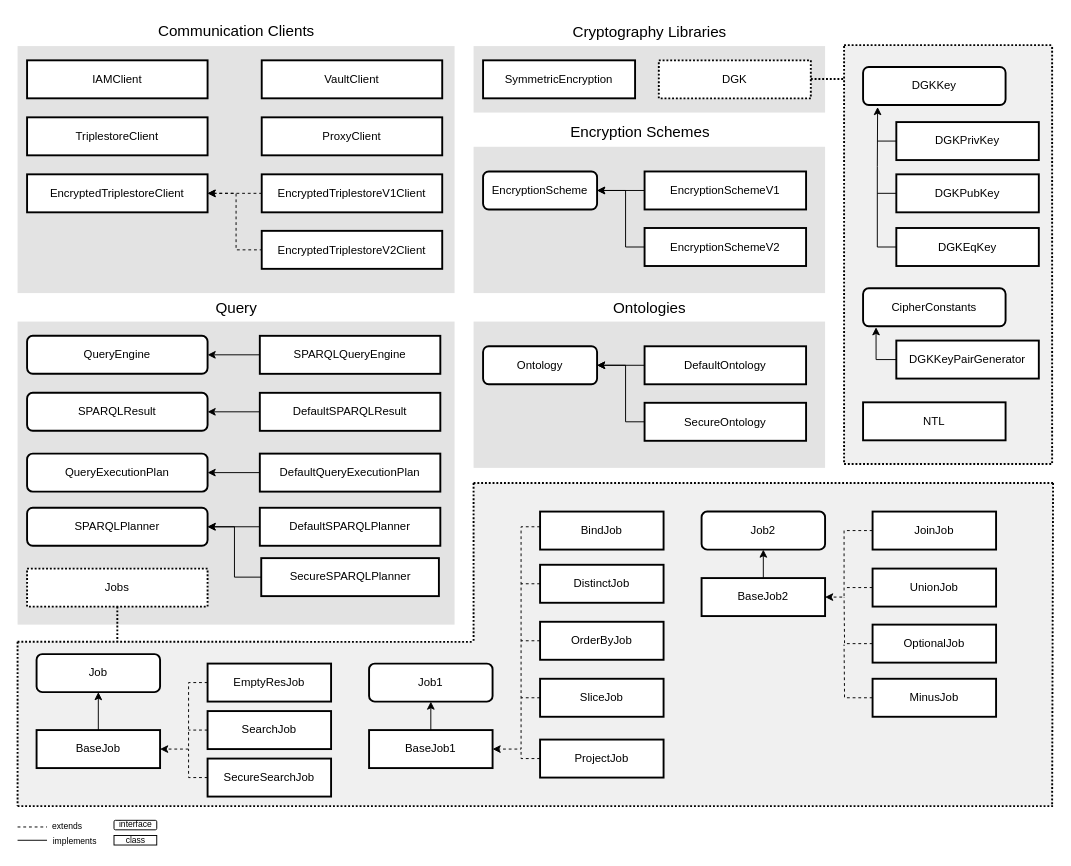
The draw.io diagram page "Client - Application" (3 of 7) of Dissertation/Figures/Diagrams/Chapter4.drawio in DCebola/SEnTriS, before the edit. Source tidied: cells renumbered, new cells numbered last; positions are measured from the earlier drawing's top-left corner, leaving out a move shared by most shapes. Both pictures are drawn from the tidied source at 95%, with x=0, y=0 at pixel (17, 16).
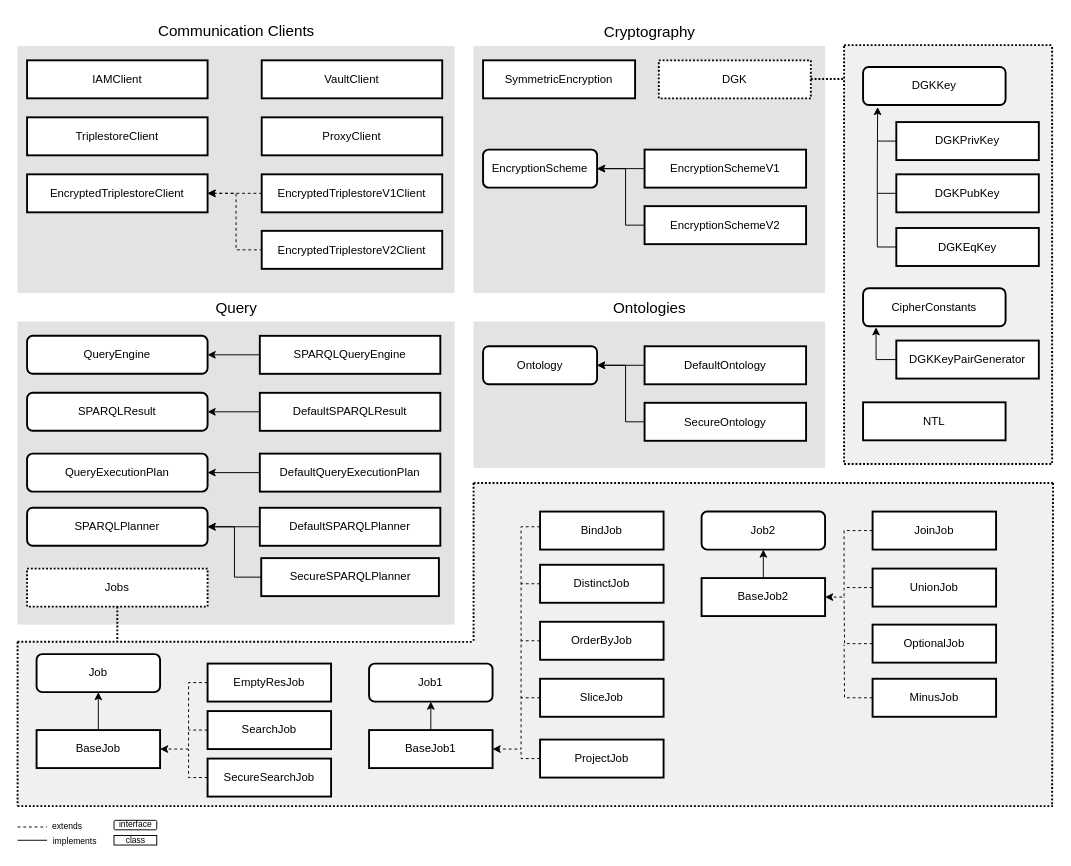
The same page after the edit.

Change to the diagram source:
```diff
@@
+    <mxCell id="19" style="rounded=0;whiteSpace=wrap;html=1;fillColor=#E3E3E3;glass=0;shadow=0;strokeColor=none;" parent="1" vertex="1">
+      <mxGeometry x="480" y="31" width="370" height="260" as="geometry" />
+    </mxCell>
@@
-    <mxCell id="14" style="rounded=0;whiteSpace=wrap;html=1;fillColor=#E3E3E3;glass=0;shadow=0;strokeColor=none;" parent="1" vertex="1">
-      <mxGeometry x="480" y="31" width="370" height="70" as="geometry" />
-    </mxCell>
@@
-    <mxCell id="17" value="Cryptography Libraries" style="text;html=1;align=center;verticalAlign=middle;strokeColor=none;fillColor=none;dashed=1;fontSize=16;" parent="1" vertex="1">
-      <mxGeometry x="570" y="1" width="190" height="30" as="geometry" />
+    <mxCell id="17" value="Cryptography" style="text;html=1;align=center;verticalAlign=middle;strokeColor=none;fillColor=none;dashed=1;fontSize=16;" parent="1" vertex="1">
+      <mxGeometry x="605" y="1" width="120" height="30" as="geometry" />
     </mxCell>
@@
-    <mxCell id="19" style="rounded=0;whiteSpace=wrap;html=1;fillColor=#E3E3E3;glass=0;shadow=0;strokeColor=none;" parent="1" vertex="1">
-      <mxGeometry x="480" y="137" width="370" height="154" as="geometry" />
-    </mxCell>
@@
     <mxCell id="21" value="&lt;p style=&quot;line-height: 120%;&quot;&gt;EncryptionScheme&lt;/p&gt;" style="rounded=1;whiteSpace=wrap;html=1;strokeWidth=2;" parent="1" vertex="1">
-      <mxGeometry x="490" y="163" width="120" height="40" as="geometry" />
+      <mxGeometry x="490" y="140" width="120" height="40" as="geometry" />
     </mxCell>
     <mxCell id="22" value="&lt;p style=&quot;line-height: 120%;&quot;&gt;EncryptionSchemeV1&lt;/p&gt;" style="rounded=0;whiteSpace=wrap;html=1;strokeWidth=2;fillColor=default;fillStyle=solid;" parent="1" vertex="1">
-      <mxGeometry x="660" y="163" width="170" height="40" as="geometry" />
+      <mxGeometry x="660" y="140" width="170" height="40" as="geometry" />
     </mxCell>
     <mxCell id="23" value="&lt;p style=&quot;line-height: 120%;&quot;&gt;EncryptionSchemeV2&lt;/p&gt;" style="rounded=0;whiteSpace=wrap;html=1;strokeWidth=2;fillColor=default;fillStyle=solid;" parent="1" vertex="1">
-      <mxGeometry x="660" y="222.5" width="170" height="40" as="geometry" />
+      <mxGeometry x="660" y="199.5" width="170" height="40" as="geometry" />
     </mxCell>
     <mxCell id="24" style="edgeStyle=orthogonalEdgeStyle;rounded=0;jettySize=auto;html=1;exitX=1;exitY=0.5;exitDx=0;exitDy=0;entryX=0;entryY=0.5;entryDx=0;entryDy=0;endArrow=none;endFill=0;startArrow=classic;startFill=1;" parent="1" edge="1" source="21" target="23">
       <mxGeometry relative="1" as="geometry">
         <Array as="points">
-          <mxPoint x="640" y="183" />
-          <mxPoint x="640" y="243" />
+          <mxPoint x="640" y="160" />
+          <mxPoint x="640" y="220" />
         </Array>
       </mxGeometry>
     </mxCell>
-    <mxCell id="25" value="Encryption Schemes" style="text;html=1;align=center;verticalAlign=middle;strokeColor=none;fillColor=none;dashed=1;fontSize=16;" parent="1" vertex="1">
-      <mxGeometry x="570" y="106" width="170" height="30" as="geometry" />
-    </mxCell>
```
